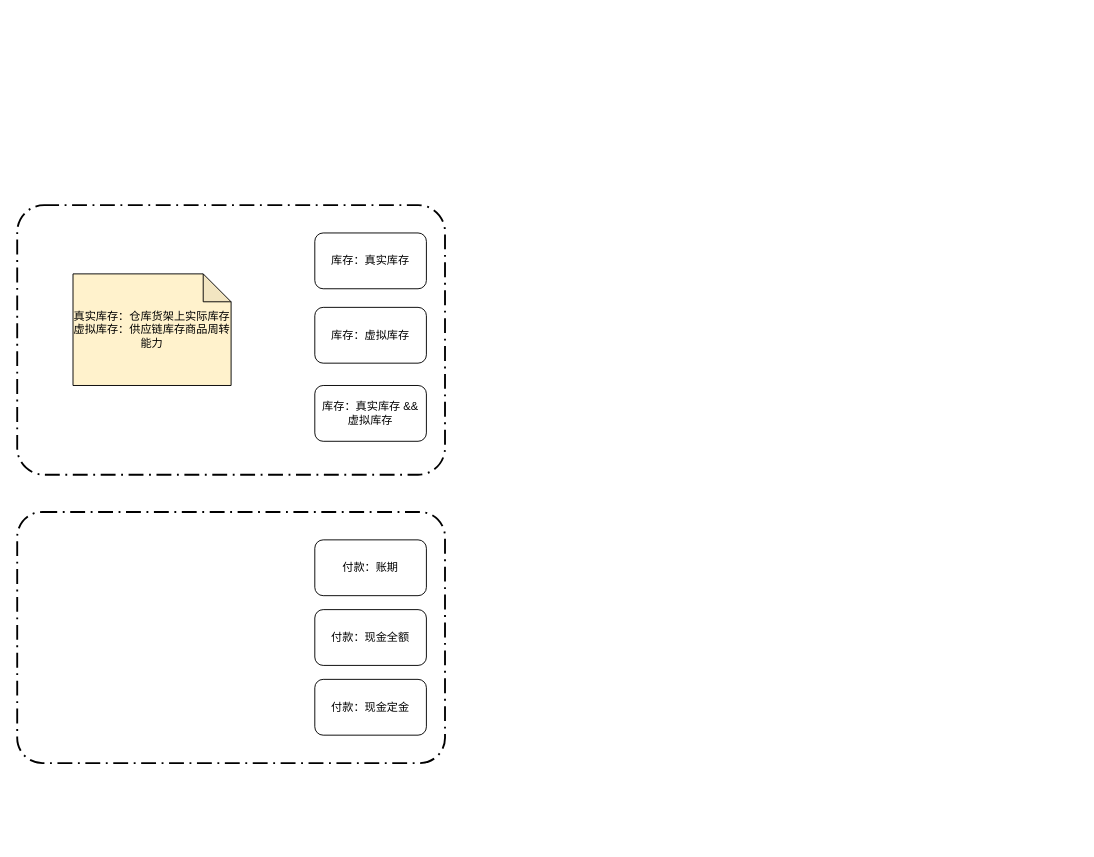
jason-live/flow keeps this draw.io diagram as page "第 2 页" (2 of 2) of 技术架构.drawio. Above is the earlier version. Source tidied: cells renumbered, new cells numbered last; positions are measured from the earlier drawing's top-left corner, leaving out a move shared by most shapes. Both pictures are drawn from the tidied source at 93%, with x=0, y=0 at pixel (17, 205).
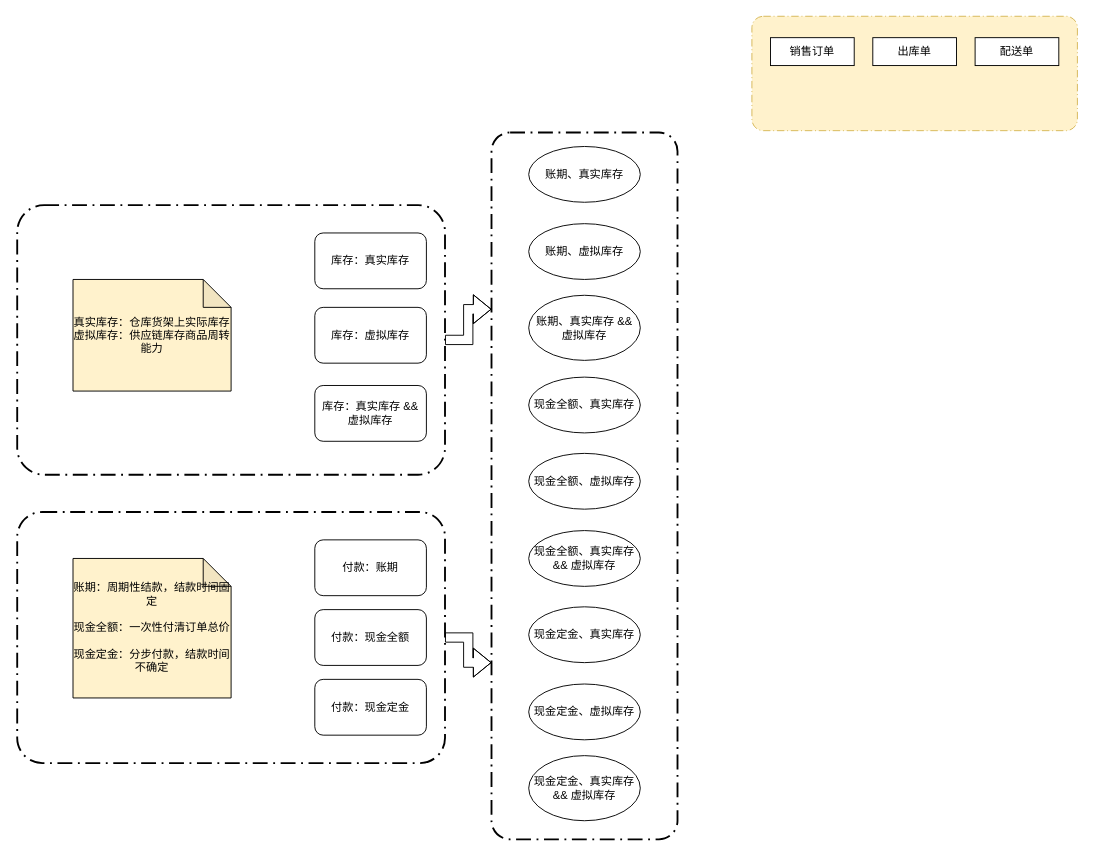
The same page after the edit.

Commit message:
更新技术架构.drawio

Unchanged cells that the change refers to:
```xml
<mxCell id="8" style="rounded=1;arcSize=10;dashed=1;strokeColor=#000000;fillColor=none;gradientColor=none;dashPattern=8 3 1 3;strokeWidth=2;" parent="1" vertex="1">
  <mxGeometry width="460" height="290" as="geometry" />
</mxCell>
<mxCell id="10" style="rounded=1;arcSize=10;dashed=1;strokeColor=#000000;fillColor=none;gradientColor=none;dashPattern=8 3 1 3;strokeWidth=2;" parent="1" vertex="1">
  <mxGeometry y="330" width="460" height="270" as="geometry" />
</mxCell>
```

The edit, as a diff of the source:
```diff
@@
+    <mxCell id="11" style="edgeStyle=orthogonalEdgeStyle;shape=flexArrow;rounded=0;jettySize=auto;html=1;exitX=1;exitY=0.5;exitDx=0;exitDy=0;entryX=0;entryY=0.25;entryDx=0;entryDy=0;" parent="1" edge="1" source="8" target="13">
+      <mxGeometry relative="1" as="geometry" />
+    </mxCell>
@@
     <mxCell id="9" value="真实库存：仓库货架上实际库存&lt;br&gt;虚拟库存：供应链库存商品周转能力" style="shape=note;whiteSpace=wrap;html=1;backgroundOutline=1;darkOpacity=0.05;fillColor=#FFF2CC;" parent="1" vertex="1">
-      <mxGeometry x="60" y="74" width="170" height="120" as="geometry" />
+      <mxGeometry x="60" y="80" width="170" height="120" as="geometry" />
     </mxCell>
+    <mxCell id="12" style="edgeStyle=orthogonalEdgeStyle;shape=flexArrow;rounded=0;jettySize=auto;html=1;exitX=1;exitY=0.5;exitDx=0;exitDy=0;entryX=0;entryY=0.75;entryDx=0;entryDy=0;" parent="1" edge="1" source="10" target="13">
+      <mxGeometry relative="1" as="geometry" />
+    </mxCell>
@@
+    <mxCell id="13" style="rounded=1;arcSize=10;dashed=1;strokeColor=#000000;fillColor=none;gradientColor=none;dashPattern=8 3 1 3;strokeWidth=2;" parent="1" vertex="1">
+      <mxGeometry x="510" y="-78" width="200" height="760" as="geometry" />
+    </mxCell>
+    <mxCell id="14" value="账期、真实库存" style="ellipse;whiteSpace=wrap;html=1;rounded=1;shadow=0;strokeWidth=1;fillColor=none;" parent="1" vertex="1">
+      <mxGeometry x="550" y="-63" width="120" height="60" as="geometry" />
+    </mxCell>
+    <mxCell id="15" value="账期、虚拟库存" style="ellipse;whiteSpace=wrap;html=1;rounded=1;shadow=0;strokeWidth=1;fillColor=none;" parent="1" vertex="1">
+      <mxGeometry x="550" y="20" width="120" height="60" as="geometry" />
+    </mxCell>
+    <mxCell id="16" value="账期、真实库存 &amp;amp;&amp;amp; 虚拟库存" style="ellipse;whiteSpace=wrap;html=1;rounded=1;shadow=0;strokeWidth=1;fillColor=none;" parent="1" vertex="1">
+      <mxGeometry x="550" y="97" width="120" height="70" as="geometry" />
+    </mxCell>
+    <mxCell id="17" value="现金全额、真实库存" style="ellipse;whiteSpace=wrap;html=1;rounded=1;shadow=0;strokeWidth=1;fillColor=none;" parent="1" vertex="1">
+      <mxGeometry x="550" y="185" width="120" height="60" as="geometry" />
+    </mxCell>
+    <mxCell id="18" value="现金全额、虚拟库存" style="ellipse;whiteSpace=wrap;html=1;rounded=1;shadow=0;strokeWidth=1;fillColor=none;" parent="1" vertex="1">
+      <mxGeometry x="550" y="267" width="120" height="60" as="geometry" />
+    </mxCell>
+    <mxCell id="19" value="现金全额、真实库存 &amp;amp;&amp;amp; 虚拟库存" style="ellipse;whiteSpace=wrap;html=1;rounded=1;shadow=0;strokeWidth=1;fillColor=none;" parent="1" vertex="1">
+      <mxGeometry x="550" y="350" width="120" height="60" as="geometry" />
+    </mxCell>
+    <mxCell id="20" value="现金定金、真实库存" style="ellipse;whiteSpace=wrap;html=1;rounded=1;shadow=0;strokeWidth=1;fillColor=none;" parent="1" vertex="1">
+      <mxGeometry x="550" y="432" width="120" height="60" as="geometry" />
+    </mxCell>
+    <mxCell id="21" value="现金定金、虚拟库存" style="ellipse;whiteSpace=wrap;html=1;rounded=1;shadow=0;strokeWidth=1;fillColor=none;" parent="1" vertex="1">
+      <mxGeometry x="550" y="515" width="120" height="60" as="geometry" />
+    </mxCell>
+    <mxCell id="22" value="现金定金、真实库存 &amp;amp;&amp;amp; 虚拟库存" style="ellipse;whiteSpace=wrap;html=1;rounded=1;shadow=0;strokeWidth=1;fillColor=none;" parent="1" vertex="1">
+      <mxGeometry x="550" y="592" width="120" height="70" as="geometry" />
+    </mxCell>
+    <mxCell id="23" value="账期：周期性结款，结款时间固定&lt;br&gt;&lt;br&gt;现金全额：一次性付清订单总价&lt;br&gt;&lt;br&gt;现金定金：分步付款，结款时间不确定" style="shape=note;whiteSpace=wrap;html=1;backgroundOutline=1;darkOpacity=0.05;fillColor=#FFF2CC;" parent="1" vertex="1">
+      <mxGeometry x="60" y="380" width="170" height="150" as="geometry" />
+    </mxCell>
+    <mxCell id="24" style="rounded=1;arcSize=10;dashed=1;strokeColor=#d6b656;fillColor=#fff2cc;dashPattern=8 3 1 3;strokeWidth=1;shadow=0;html=1;" parent="1" vertex="1">
+      <mxGeometry x="790" y="-203" width="350" height="123" as="geometry" />
+    </mxCell>
+    <mxCell id="25" value="销售订单" style="rounded=0;whiteSpace=wrap;html=1;shadow=0;strokeWidth=1;" parent="1" vertex="1">
+      <mxGeometry x="810" y="-180" width="90" height="30" as="geometry" />
+    </mxCell>
+    <mxCell id="26" value="出库单" style="rounded=0;whiteSpace=wrap;html=1;shadow=0;strokeWidth=1;" parent="1" vertex="1">
+      <mxGeometry x="920" y="-180" width="90" height="30" as="geometry" />
+    </mxCell>
+    <mxCell id="27" value="配送单" style="rounded=0;whiteSpace=wrap;html=1;shadow=0;strokeWidth=1;" parent="1" vertex="1">
+      <mxGeometry x="1030" y="-180" width="90" height="30" as="geometry" />
+    </mxCell>
```
